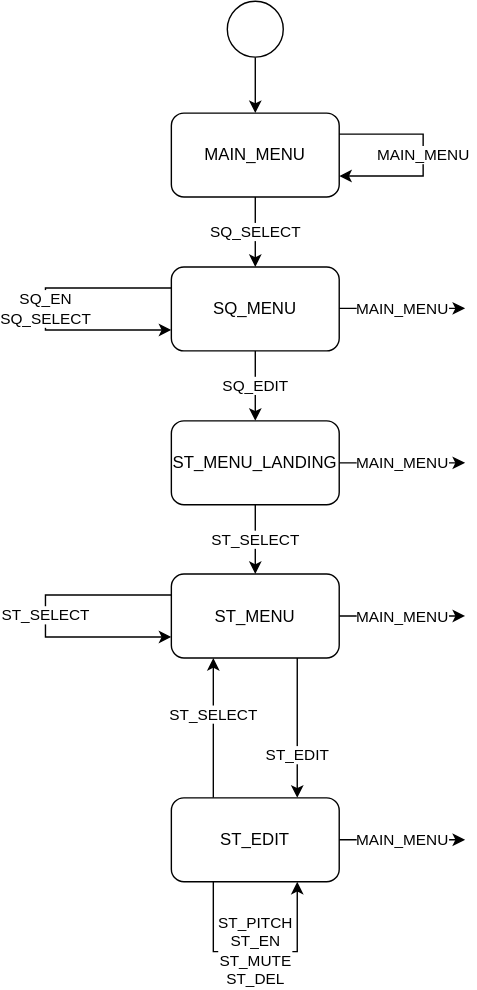
Above: images/state_diagram.drawio.svg in DavenportEmma/sequencer (draw.io), before the change. Source tidied: cells renumbered, new cells last; positions are measured from the earlier drawing's top-left corner, leaving out a move shared by most shapes.
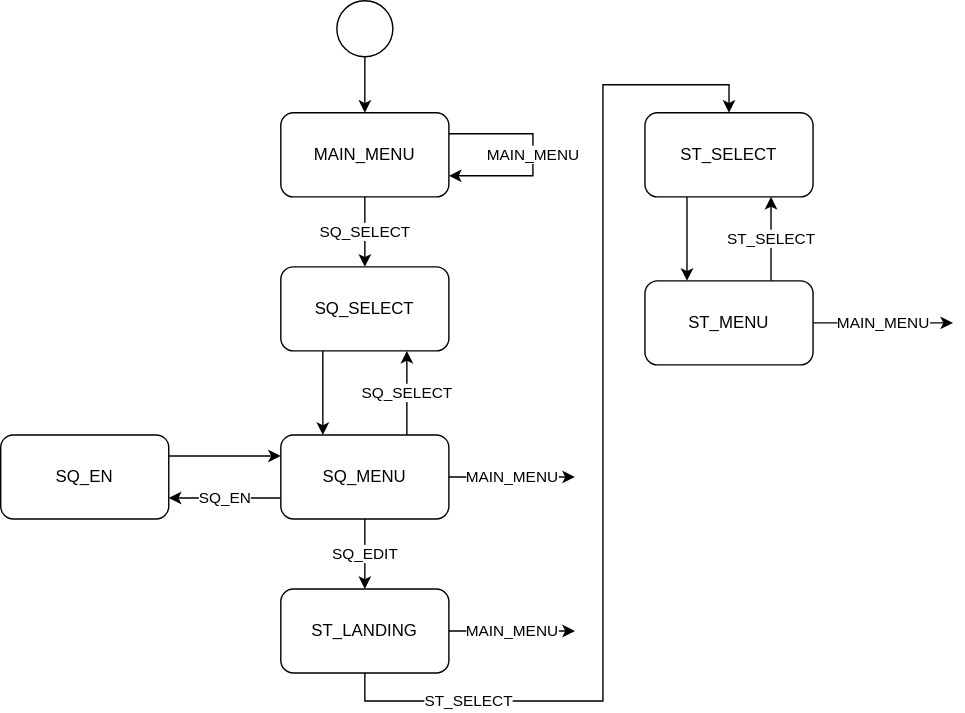
After the change.

Commit message:
images: update state diagram

Diff of the diagram source:
```diff
@@ -8,35 +8,20 @@
     <mxCell id="3" style="ellipse;whiteSpace=wrap;html=1;" parent="1" vertex="1">
       <mxGeometry x="130" width="40" height="40" as="geometry" />
     </mxCell>
-    <mxCell id="4" value="SQ_SELECT" style="edgeStyle=orthogonalEdgeStyle;rounded=0;jettySize=auto;html=1;exitX=0.5;exitY=1;exitDx=0;exitDy=0;entryX=0.5;entryY=0;entryDx=0;entryDy=0;" parent="1" edge="1" source="5" target="14">
+    <mxCell id="4" value="SQ_SELECT" style="edgeStyle=orthogonalEdgeStyle;rounded=0;jettySize=auto;html=1;exitX=0.5;exitY=1;exitDx=0;exitDy=0;entryX=0.5;entryY=0;entryDx=0;entryDy=0;" parent="1" edge="1" source="5" target="28">
       <mxGeometry relative="1" as="geometry" />
     </mxCell>
     <mxCell id="5" value="MAIN_MENU" style="rounded=1;whiteSpace=wrap;html=1;" parent="1" vertex="1">
       <mxGeometry x="90" y="80" width="120" height="60" as="geometry" />
     </mxCell>
-    <mxCell id="6" value="MAIN_MENU" style="edgeStyle=orthogonalEdgeStyle;rounded=0;jettySize=auto;html=1;exitX=1;exitY=0.5;exitDx=0;exitDy=0;entryX=0;entryY=0.5;entryDx=0;entryDy=0;" parent="1" edge="1" source="8">
+    <mxCell id="6" value="MAIN_MENU" style="edgeStyle=orthogonalEdgeStyle;rounded=0;jettySize=auto;html=1;exitX=1;exitY=0.5;exitDx=0;exitDy=0;" parent="1" edge="1" source="8">
       <mxGeometry relative="1" as="geometry">
-        <mxPoint x="300" y="439.5" as="targetPoint" />
+        <mxPoint x="570" y="230" as="targetPoint" />
       </mxGeometry>
     </mxCell>
-    <mxCell id="7" value="ST_EDIT" style="edgeStyle=orthogonalEdgeStyle;rounded=0;jettySize=auto;html=1;exitX=0.75;exitY=1;exitDx=0;exitDy=0;entryX=0.75;entryY=0;entryDx=0;entryDy=0;" parent="1" edge="1" source="8" target="10">
-      <mxGeometry x="0.4" relative="1" as="geometry" />
-    </mxCell>
     <mxCell id="8" value="ST_MENU" style="rounded=1;whiteSpace=wrap;html=1;" parent="1" vertex="1">
-      <mxGeometry x="90" y="409.5" width="120" height="60" as="geometry" />
+      <mxGeometry x="350" y="200" width="120" height="60" as="geometry" />
     </mxCell>
-    <mxCell id="9" value="ST_SELECT" style="edgeStyle=orthogonalEdgeStyle;rounded=0;jettySize=auto;html=1;exitX=0.25;exitY=0;exitDx=0;exitDy=0;entryX=0.25;entryY=1;entryDx=0;entryDy=0;" parent="1" edge="1" source="10" target="8">
-      <mxGeometry x="0.2" relative="1" as="geometry" />
-    </mxCell>
-    <mxCell id="10" value="ST_EDIT" style="rounded=1;whiteSpace=wrap;html=1;" parent="1" vertex="1">
-      <mxGeometry x="90" y="569.5" width="120" height="60" as="geometry" />
-    </mxCell>
-    <mxCell id="11" value="MAIN_MENU" style="edgeStyle=orthogonalEdgeStyle;rounded=0;orthogonalLoop=1;jettySize=auto;html=1;exitX=1;exitY=0.5;exitDx=0;exitDy=0;entryX=0;entryY=0.5;entryDx=0;entryDy=0;" parent="1" edge="1">
-      <mxGeometry relative="1" as="geometry">
-        <mxPoint x="210" y="599.5" as="sourcePoint" />
-        <mxPoint x="300" y="599.5" as="targetPoint" />
-      </mxGeometry>
-    </mxCell>
     <mxCell id="12" value="MAIN_MENU" style="edgeStyle=orthogonalEdgeStyle;rounded=0;orthogonalLoop=1;jettySize=auto;html=1;exitX=1;exitY=0.25;exitDx=0;exitDy=0;entryX=1;entryY=0.75;entryDx=0;entryDy=0;" parent="1" edge="1" source="5" target="5">
       <mxGeometry relative="1" as="geometry">
         <Array as="points">
@@ -48,49 +33,63 @@
     <mxCell id="13" value="SQ_EDIT" style="edgeStyle=orthogonalEdgeStyle;rounded=0;jettySize=auto;html=1;exitX=0.5;exitY=1;exitDx=0;exitDy=0;entryX=0.5;entryY=0;entryDx=0;entryDy=0;" parent="1" edge="1" source="14" target="20">
       <mxGeometry relative="1" as="geometry" />
     </mxCell>
+    <mxCell id="22" value="SQ_SELECT" style="edgeStyle=orthogonalEdgeStyle;rounded=0;jettySize=auto;html=1;exitX=0.75;exitY=0;exitDx=0;exitDy=0;entryX=0.75;entryY=1;entryDx=0;entryDy=0;" parent="1" edge="1" source="14" target="28">
+      <mxGeometry relative="1" as="geometry" />
+    </mxCell>
+    <mxCell id="23" value="SQ_EN" style="edgeStyle=orthogonalEdgeStyle;rounded=0;jettySize=auto;html=1;exitX=0;exitY=0.75;exitDx=0;exitDy=0;entryX=1;entryY=0.75;entryDx=0;entryDy=0;" parent="1" edge="1" source="14" target="26">
+      <mxGeometry relative="1" as="geometry" />
+    </mxCell>
     <mxCell id="14" value="SQ_MENU" style="rounded=1;whiteSpace=wrap;html=1;" parent="1" vertex="1">
-      <mxGeometry x="90" y="190" width="120" height="60" as="geometry" />
+      <mxGeometry x="90" y="310" width="120" height="60" as="geometry" />
     </mxCell>
-    <mxCell id="15" value="MAIN_MENU" style="edgeStyle=orthogonalEdgeStyle;rounded=0;orthogonalLoop=1;jettySize=auto;html=1;exitX=1;exitY=0.5;exitDx=0;exitDy=0;entryX=0;entryY=0.5;entryDx=0;entryDy=0;" parent="1" edge="1">
+    <mxCell id="15" value="MAIN_MENU" style="edgeStyle=orthogonalEdgeStyle;rounded=0;jettySize=auto;html=1;exitX=1;exitY=0.5;exitDx=0;exitDy=0;" parent="1" edge="1" source="14">
       <mxGeometry relative="1" as="geometry">
-        <mxPoint x="210" y="219.6" as="sourcePoint" />
-        <mxPoint x="300" y="219.6" as="targetPoint" />
+        <mxPoint x="300" y="340" as="targetPoint" />
       </mxGeometry>
     </mxCell>
-    <mxCell id="16" value="&lt;div&gt;SQ_EN&lt;/div&gt;&lt;div&gt;SQ_SELECT&lt;/div&gt;" style="edgeStyle=orthogonalEdgeStyle;rounded=0;orthogonalLoop=1;jettySize=auto;html=1;exitX=0;exitY=0.25;exitDx=0;exitDy=0;entryX=0;entryY=0.75;entryDx=0;entryDy=0;" parent="1" edge="1" source="14" target="14">
-      <mxGeometry relative="1" as="geometry">
-        <Array as="points">
-          <mxPoint y="205" />
-          <mxPoint y="235" />
-        </Array>
-      </mxGeometry>
-    </mxCell>
-    <mxCell id="17" value="ST_SELECT" style="edgeStyle=orthogonalEdgeStyle;rounded=0;orthogonalLoop=1;jettySize=auto;html=1;exitX=0;exitY=0.25;exitDx=0;exitDy=0;entryX=0;entryY=0.75;entryDx=0;entryDy=0;" parent="1" edge="1" source="8" target="8">
+    <mxCell id="17" value="ST_SELECT" style="edgeStyle=orthogonalEdgeStyle;rounded=0;jettySize=auto;html=1;exitX=0.75;exitY=0;exitDx=0;exitDy=0;entryX=0.75;entryY=1;entryDx=0;entryDy=0;" parent="1" edge="1" source="8" target="9">
       <mxGeometry relative="1" as="geometry">
         <Array as="points">
-          <mxPoint y="424.5" />
-          <mxPoint y="454.5" />
+          <mxPoint x="440" y="160" />
+          <mxPoint x="440" y="160" />
         </Array>
       </mxGeometry>
     </mxCell>
-    <mxCell id="18" value="&lt;div&gt;ST_PITCH&lt;/div&gt;&lt;div&gt;ST_EN&lt;/div&gt;&lt;div&gt;ST_MUTE&lt;/div&gt;&lt;div&gt;ST_DEL&lt;/div&gt;" style="edgeStyle=orthogonalEdgeStyle;rounded=0;orthogonalLoop=1;jettySize=auto;html=1;exitX=0.25;exitY=1;exitDx=0;exitDy=0;entryX=0.75;entryY=1;entryDx=0;entryDy=0;" parent="1" edge="1" source="10" target="10">
-      <mxGeometry relative="1" as="geometry">
-        <Array as="points">
-          <mxPoint x="120" y="679.5" />
-          <mxPoint x="180" y="679.5" />
-        </Array>
-      </mxGeometry>
-    </mxCell>
-    <mxCell id="19" value="ST_SELECT" style="edgeStyle=orthogonalEdgeStyle;rounded=0;jettySize=auto;html=1;exitX=0.5;exitY=1;exitDx=0;exitDy=0;entryX=0.5;entryY=0;entryDx=0;entryDy=0;" parent="1" edge="1" source="20" target="8">
-      <mxGeometry relative="1" as="geometry" />
+    <mxCell id="19" value="ST_SELECT" style="edgeStyle=orthogonalEdgeStyle;rounded=0;jettySize=auto;html=1;exitX=0.5;exitY=1;exitDx=0;exitDy=0;entryX=0.5;entryY=0;entryDx=0;entryDy=0;" parent="1" edge="1" source="20" target="9">
+      <mxGeometry x="-0.75" relative="1" as="geometry">
+        <Array as="points">
+          <mxPoint x="150" y="500" />
+          <mxPoint x="320" y="500" />
+          <mxPoint x="320" y="60" />
+          <mxPoint x="410" y="60" />
+        </Array>
+      </mxGeometry>
     </mxCell>
-    <mxCell id="20" value="ST_MENU_LANDING" style="rounded=1;whiteSpace=wrap;html=1;" parent="1" vertex="1">
-      <mxGeometry x="90" y="300" width="120" height="60" as="geometry" />
+    <mxCell id="20" value="&lt;div&gt;ST_LANDING&lt;/div&gt;" style="rounded=1;whiteSpace=wrap;html=1;" parent="1" vertex="1">
+      <mxGeometry x="90" y="420" width="120" height="60" as="geometry" />
     </mxCell>
     <mxCell id="21" value="MAIN_MENU" style="edgeStyle=orthogonalEdgeStyle;rounded=0;jettySize=auto;html=1;exitX=1;exitY=0.5;exitDx=0;exitDy=0;" parent="1" edge="1" source="20">
       <mxGeometry relative="1" as="geometry">
-        <mxPoint x="300" y="330" as="targetPoint" />
+        <mxPoint x="300" y="450" as="targetPoint" />
       </mxGeometry>
     </mxCell>
+    <mxCell id="24" style="edgeStyle=orthogonalEdgeStyle;rounded=0;jettySize=auto;html=1;exitX=0.25;exitY=1;exitDx=0;exitDy=0;entryX=0.25;entryY=0;entryDx=0;entryDy=0;" parent="1" edge="1" source="9" target="8">
+      <mxGeometry relative="1" as="geometry" />
+    </mxCell>
+    <mxCell id="9" value="ST_SELECT" style="rounded=1;whiteSpace=wrap;html=1;" parent="1" vertex="1">
+      <mxGeometry x="350" y="80" width="120" height="60" as="geometry" />
+    </mxCell>
+    <mxCell id="25" style="edgeStyle=orthogonalEdgeStyle;rounded=0;jettySize=auto;html=1;exitX=1;exitY=0.25;exitDx=0;exitDy=0;entryX=0;entryY=0.25;entryDx=0;entryDy=0;" parent="1" edge="1" source="26" target="14">
+      <mxGeometry relative="1" as="geometry" />
+    </mxCell>
+    <mxCell id="26" value="SQ_EN" style="rounded=1;whiteSpace=wrap;html=1;" parent="1" vertex="1">
+      <mxGeometry x="-110" y="310" width="120" height="60" as="geometry" />
+    </mxCell>
+    <mxCell id="27" style="edgeStyle=orthogonalEdgeStyle;rounded=0;jettySize=auto;html=1;exitX=0.25;exitY=1;exitDx=0;exitDy=0;entryX=0.25;entryY=0;entryDx=0;entryDy=0;" parent="1" edge="1" source="28" target="14">
+      <mxGeometry relative="1" as="geometry" />
+    </mxCell>
+    <mxCell id="28" value="SQ_SELECT" style="rounded=1;whiteSpace=wrap;html=1;" parent="1" vertex="1">
+      <mxGeometry x="90" y="190" width="120" height="60" as="geometry" />
+    </mxCell>
   </root>
 </mxGraphModel>
```
